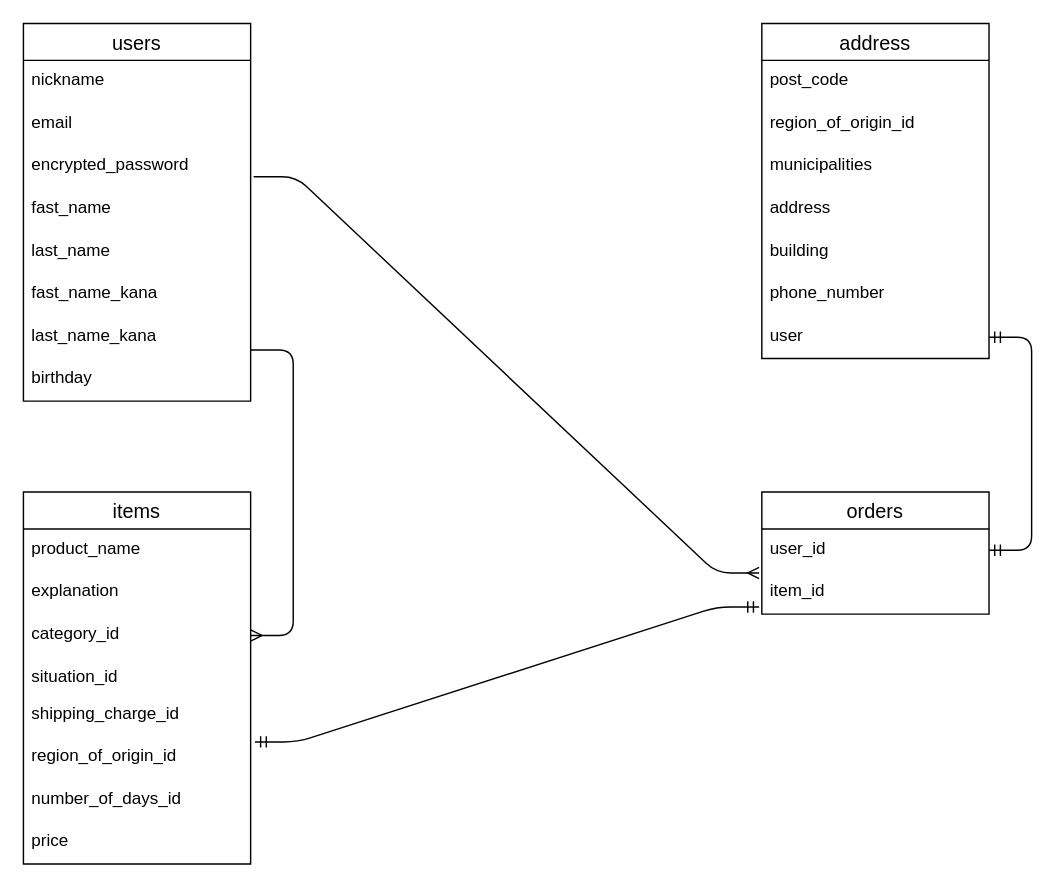
Earlier version of the draw.io diagram furima.dio (satsukirain/furima-38697). Source tidied: cells renumbered, new cells numbered last; positions are measured from the earlier drawing's top-left corner, leaving out a move shared by most shapes. Both pictures are drawn from the tidied source at 142%, with x=0, y=0 at pixel (23, 23).
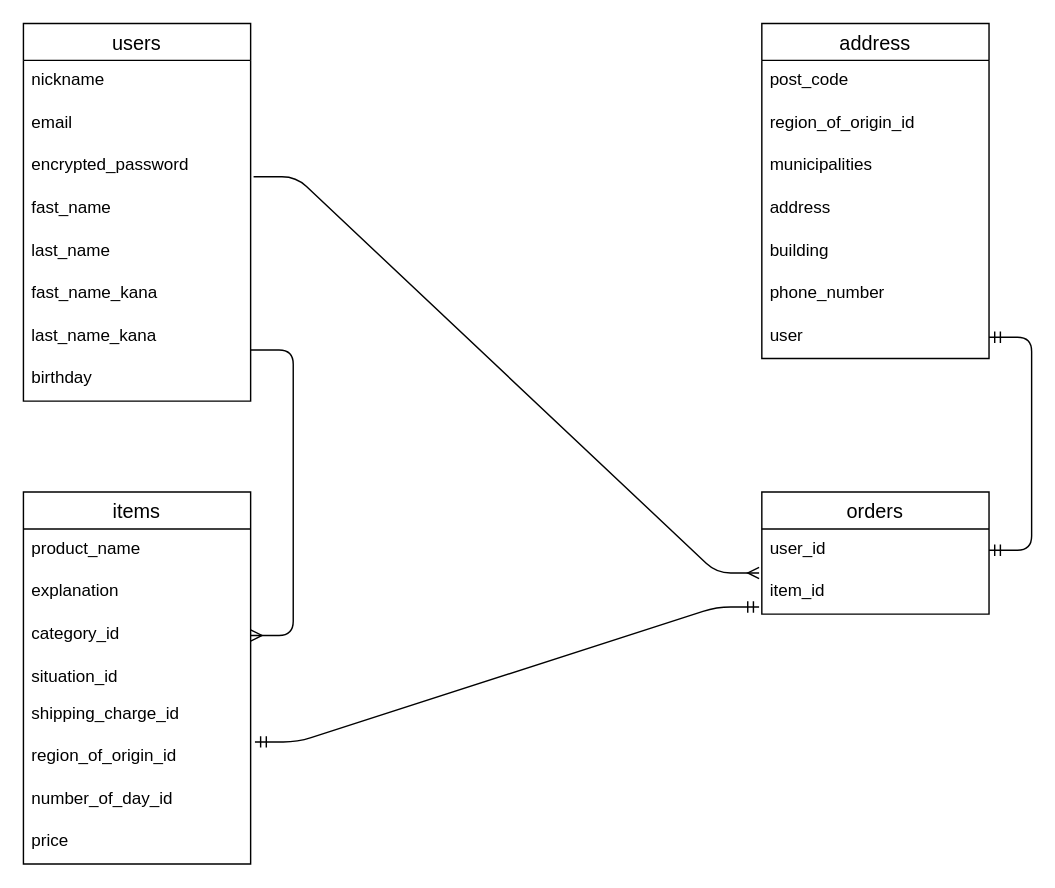
After the change.

Unchanged cells that the change refers to:
```xml
<mxCell id="10" value="items" style="swimlane;fontStyle=0;horizontal=1;startSize=26;align=center;fontSize=14;" parent="1" vertex="1">
  <mxGeometry y="330" width="160" height="262" as="geometry" />
</mxCell>
```

What changed in the source:
```diff
@@
-    <mxCell id="17" value="number_of_days_id" style="text;strokeColor=none;fillColor=none;spacingLeft=4;spacingRight=4;overflow=hidden;fontSize=12;" parent="10" vertex="1">
+    <mxCell id="17" value="number_of_day_id" style="text;strokeColor=none;fillColor=none;spacingLeft=4;spacingRight=4;overflow=hidden;fontSize=12;" parent="10" vertex="1">
       <mxGeometry y="202" width="160" height="30" as="geometry" />
     </mxCell>
```
